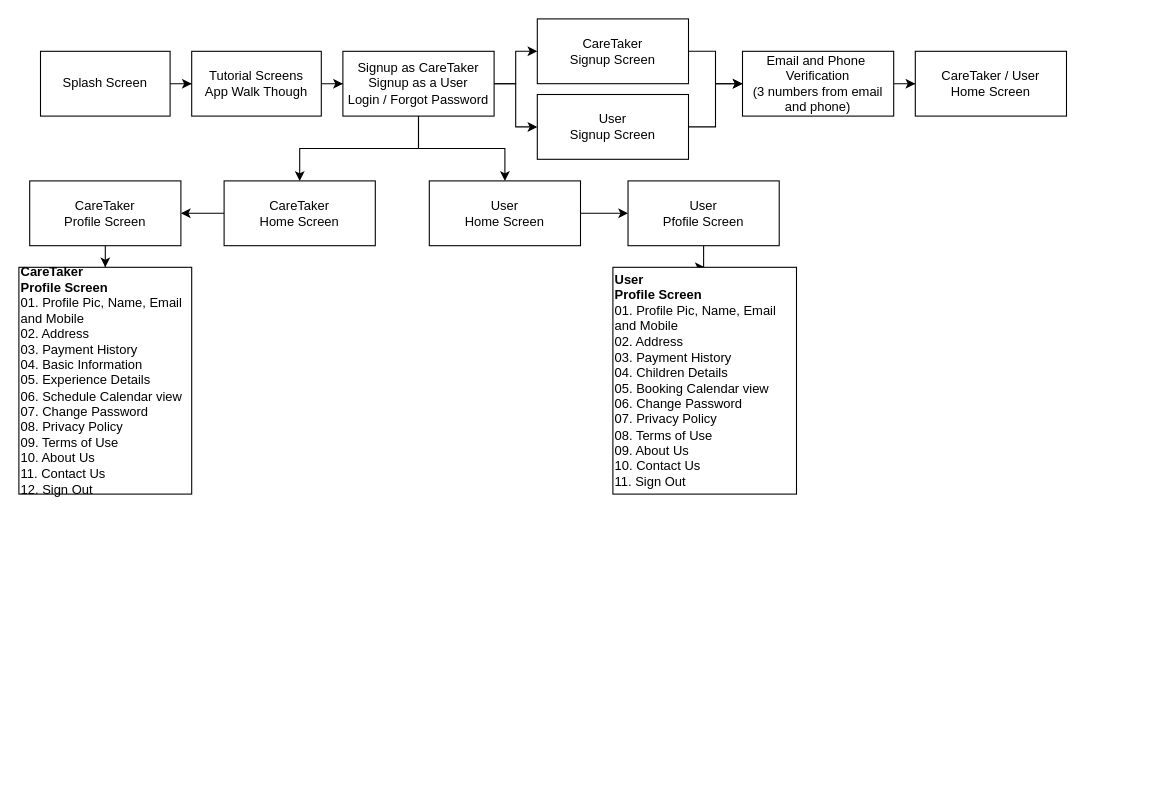
Earlier version of the draw.io diagram Untitled Diagram.drawio (ghousesgb/Album). Source tidied: cells renumbered, new cells numbered last; positions are measured from the earlier drawing's top-left corner, leaving out a move shared by most shapes. Both pictures are drawn from the tidied source at 108%, with x=0, y=0 at pixel (18, 18).
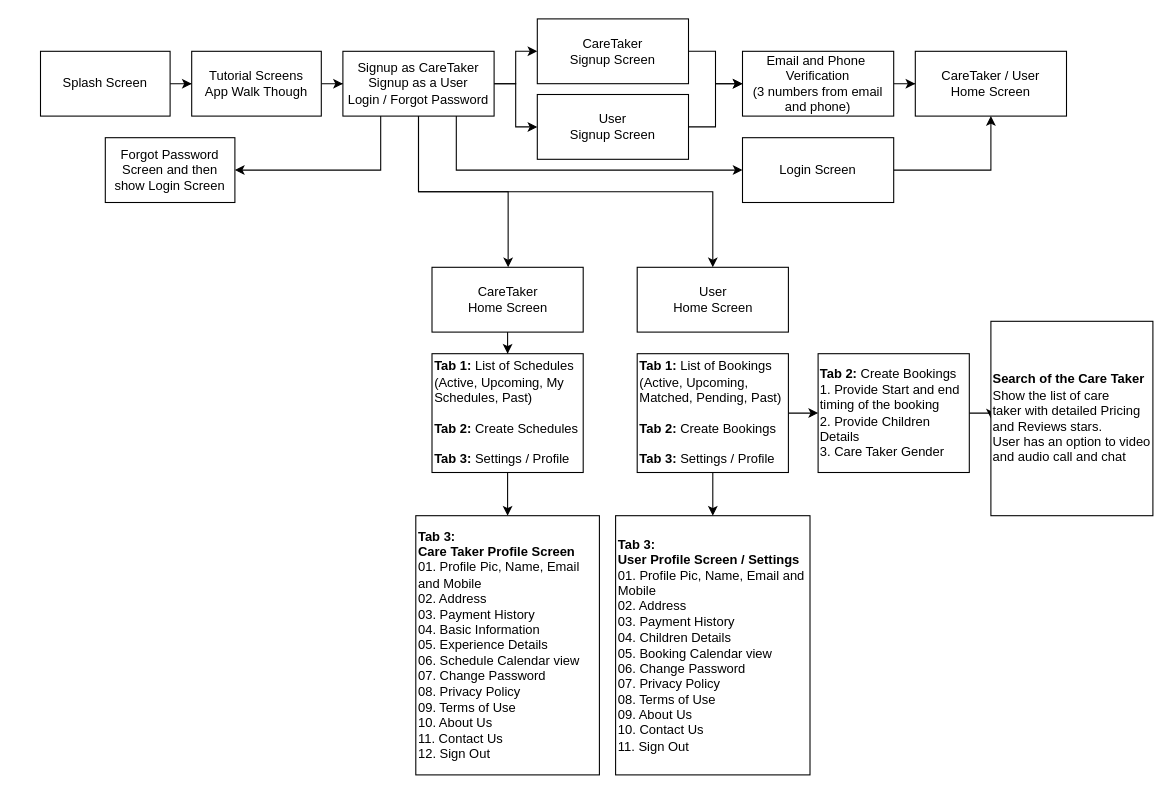
Above is the later version.

Unchanged cells that the change refers to:
```xml
<mxCell id="10" value="Signup as CareTaker&lt;br&gt;Signup as a User&lt;br&gt;Login / Forgot Password" style="rounded=0;whiteSpace=wrap;html=1;" parent="1" vertex="1">
  <mxGeometry x="300" y="30" width="140" height="60" as="geometry" />
</mxCell>
<mxCell id="20" value="&lt;span&gt;CareTaker / User&lt;br&gt;Home Screen&lt;br&gt;&lt;/span&gt;" style="rounded=0;whiteSpace=wrap;html=1;" parent="1" vertex="1">
  <mxGeometry x="830" y="30" width="140" height="60" as="geometry" />
</mxCell>
```

Change to the diagram source:
```diff
@@
     <mxCell id="8" style="edgeStyle=orthogonalEdgeStyle;rounded=0;jettySize=auto;html=1;" parent="1" edge="1" source="10" target="12">
-      <mxGeometry relative="1" as="geometry" />
+      <mxGeometry relative="1" as="geometry">
+        <Array as="points">
+          <mxPoint x="370" y="160" />
+          <mxPoint x="453" y="160" />
+        </Array>
+      </mxGeometry>
     </mxCell>
+    <mxCell id="28" style="edgeStyle=orthogonalEdgeStyle;rounded=0;jettySize=auto;html=1;exitX=0.75;exitY=1;exitDx=0;exitDy=0;entryX=0;entryY=0.5;entryDx=0;entryDy=0;" parent="1" edge="1" source="10" target="40">
+      <mxGeometry relative="1" as="geometry" />
+    </mxCell>
+    <mxCell id="29" style="edgeStyle=orthogonalEdgeStyle;rounded=0;jettySize=auto;html=1;exitX=0.25;exitY=1;exitDx=0;exitDy=0;entryX=1;entryY=0.5;entryDx=0;entryDy=0;" parent="1" edge="1" source="10" target="41">
+      <mxGeometry relative="1" as="geometry" />
+    </mxCell>
-    <mxCell id="9" style="edgeStyle=orthogonalEdgeStyle;rounded=0;jettySize=auto;html=1;" parent="1" edge="1" source="10" target="24">
+    <mxCell id="9" style="edgeStyle=orthogonalEdgeStyle;rounded=0;jettySize=auto;html=1;exitX=0.5;exitY=1;exitDx=0;exitDy=0;" parent="1" edge="1" source="10" target="24">
       <mxGeometry relative="1" as="geometry" />
     </mxCell>
@@
-    <mxCell id="11" style="edgeStyle=orthogonalEdgeStyle;rounded=0;jettySize=auto;html=1;" parent="1" edge="1" source="12" target="14">
-      <mxGeometry relative="1" as="geometry" />
-    </mxCell>
+    <mxCell id="30" style="edgeStyle=orthogonalEdgeStyle;rounded=0;jettySize=auto;html=1;" parent="1" edge="1" source="12" target="32">
+      <mxGeometry relative="1" as="geometry" />
+    </mxCell>
     <mxCell id="12" value="&lt;span&gt;CareTaker&lt;br&gt;Home Screen&lt;/span&gt;" style="rounded=0;whiteSpace=wrap;html=1;" parent="1" vertex="1">
-      <mxGeometry x="190" y="150" width="140" height="60" as="geometry" />
+      <mxGeometry x="382.5" y="230" width="140" height="60" as="geometry" />
     </mxCell>
-    <mxCell id="13" style="edgeStyle=orthogonalEdgeStyle;rounded=0;jettySize=auto;html=1;" parent="1" edge="1" source="14" target="15">
-      <mxGeometry relative="1" as="geometry" />
-    </mxCell>
-    <mxCell id="14" value="&lt;span&gt;CareTaker&lt;br&gt;Profile Screen&lt;/span&gt;" style="rounded=0;whiteSpace=wrap;html=1;" parent="1" vertex="1">
-      <mxGeometry x="10" y="150" width="140" height="60" as="geometry" />
-    </mxCell>
+    <mxCell id="31" style="edgeStyle=orthogonalEdgeStyle;rounded=0;jettySize=auto;html=1;exitX=0.5;exitY=1;exitDx=0;exitDy=0;entryX=0.5;entryY=0;entryDx=0;entryDy=0;" parent="1" edge="1" source="32" target="15">
+      <mxGeometry relative="1" as="geometry" />
+    </mxCell>
+    <mxCell id="32" value="&lt;b&gt;Tab 1:&lt;/b&gt; List of Schedules&lt;br&gt;(Active, Upcoming, My Schedules, Past)&lt;br&gt;&lt;br&gt;&lt;b&gt;Tab 2: &lt;/b&gt;Create Schedules&lt;br&gt;&lt;br&gt;&lt;b&gt;Tab 3: &lt;/b&gt;Settings / Profile" style="rounded=0;whiteSpace=wrap;html=1;align=left;" parent="1" vertex="1">
+      <mxGeometry x="382.5" y="310" width="140" height="110" as="geometry" />
+    </mxCell>
-    <mxCell id="15" value="&lt;span&gt;&lt;b&gt;CareTaker&lt;br&gt;Profile Screen&lt;/b&gt;&lt;br&gt;01. Profile Pic, Name, Email and Mobile&lt;br&gt;02. Address&lt;br&gt;03. Payment History&lt;br&gt;04. Basic Information&lt;br&gt;05. Experience Details&lt;br&gt;&lt;/span&gt;&lt;span&gt;06. Schedule Calendar view&lt;/span&gt;&lt;br&gt;&lt;span&gt;07. Change Password&lt;/span&gt;&lt;br&gt;&lt;span&gt;08. Privacy Policy&lt;/span&gt;&lt;br&gt;&lt;span&gt;09. Terms of Use&lt;/span&gt;&lt;br&gt;&lt;span&gt;10. About Us&lt;/span&gt;&lt;br&gt;&lt;span&gt;11. Contact Us&lt;/span&gt;&lt;br&gt;&lt;span&gt;12. Sign Out&lt;/span&gt;&lt;span&gt;&lt;br&gt;&lt;/span&gt;" style="rounded=0;whiteSpace=wrap;html=1;align=left;" parent="1" vertex="1">
-      <mxGeometry y="230" width="160" height="210" as="geometry" />
+    <mxCell id="15" value="&lt;span&gt;&lt;b&gt;Tab 3: &lt;br&gt;Care Taker Profile Screen&lt;/b&gt;&lt;br&gt;01. Profile Pic, Name, Email and Mobile&lt;br&gt;02. Address&lt;br&gt;03. Payment History&lt;br&gt;04. Basic Information&lt;br&gt;05. Experience Details&lt;br&gt;&lt;/span&gt;&lt;span&gt;06. Schedule Calendar view&lt;/span&gt;&lt;br&gt;&lt;span&gt;07. Change Password&lt;/span&gt;&lt;br&gt;&lt;span&gt;08. Privacy Policy&lt;/span&gt;&lt;br&gt;&lt;span&gt;09. Terms of Use&lt;/span&gt;&lt;br&gt;&lt;span&gt;10. About Us&lt;/span&gt;&lt;br&gt;&lt;span&gt;11. Contact Us&lt;/span&gt;&lt;br&gt;&lt;span&gt;12. Sign Out&lt;/span&gt;&lt;span&gt;&lt;br&gt;&lt;/span&gt;" style="rounded=0;whiteSpace=wrap;html=1;align=left;" parent="1" vertex="1">
+      <mxGeometry x="367.5" y="460" width="170" height="240" as="geometry" />
     </mxCell>
@@
-    <mxCell id="23" style="edgeStyle=orthogonalEdgeStyle;rounded=0;jettySize=auto;html=1;" parent="1" edge="1" source="24" target="26">
-      <mxGeometry relative="1" as="geometry" />
-    </mxCell>
     <mxCell id="24" value="&lt;span&gt;User&lt;br&gt;Home Screen&lt;/span&gt;" style="rounded=0;whiteSpace=wrap;html=1;" parent="1" vertex="1">
-      <mxGeometry x="380" y="150" width="140" height="60" as="geometry" />
+      <mxGeometry x="572.5" y="230" width="140" height="60" as="geometry" />
     </mxCell>
-    <mxCell id="25" style="edgeStyle=orthogonalEdgeStyle;rounded=0;jettySize=auto;html=1;" parent="1" edge="1" source="26" target="27">
-      <mxGeometry relative="1" as="geometry" />
-    </mxCell>
-    <mxCell id="26" value="&lt;span&gt;User&lt;br&gt;Pfofile Screen&lt;/span&gt;" style="rounded=0;whiteSpace=wrap;html=1;" parent="1" vertex="1">
-      <mxGeometry x="564" y="150" width="140" height="60" as="geometry" />
-    </mxCell>
-    <mxCell id="27" value="&lt;span&gt;&lt;b&gt;User&lt;/b&gt;&lt;br&gt;&lt;b&gt;Profile Screen&lt;/b&gt;&lt;br&gt;01. Profile Pic, Name, Email and Mobile&lt;br&gt;02. Address&lt;br&gt;03. Payment History&lt;br&gt;04. Children Details&lt;br&gt;05. Booking Calendar view&lt;br&gt;06. Change Password&lt;br&gt;07. Privacy Policy&lt;br&gt;08. Terms of Use&lt;br&gt;09. About Us&lt;br&gt;10. Contact Us&lt;br&gt;11. Sign Out&lt;br&gt;&lt;/span&gt;" style="rounded=0;whiteSpace=wrap;html=1;align=left;" parent="1" vertex="1">
-      <mxGeometry x="550" y="230" width="170" height="210" as="geometry" />
+    <mxCell id="27" value="&lt;span&gt;&lt;b&gt;Tab 3:&lt;br&gt;User&amp;nbsp;&lt;/b&gt;&lt;b&gt;Profile Screen / Settings&lt;/b&gt;&lt;br&gt;01. Profile Pic, Name, Email and Mobile&lt;br&gt;02. Address&lt;br&gt;03. Payment History&lt;br&gt;04. Children Details&lt;br&gt;05. Booking Calendar view&lt;br&gt;06. Change Password&lt;br&gt;07. Privacy Policy&lt;br&gt;08. Terms of Use&lt;br&gt;09. About Us&lt;br&gt;10. Contact Us&lt;br&gt;11. Sign Out&lt;br&gt;&lt;/span&gt;" style="rounded=0;whiteSpace=wrap;html=1;align=left;" parent="1" vertex="1">
+      <mxGeometry x="552.5" y="460" width="180" height="240" as="geometry" />
     </mxCell>
+    <mxCell id="33" style="edgeStyle=orthogonalEdgeStyle;rounded=0;jettySize=auto;html=1;exitX=0.5;exitY=1;exitDx=0;exitDy=0;entryX=0.5;entryY=0;entryDx=0;entryDy=0;" parent="1" edge="1" source="35" target="27">
+      <mxGeometry relative="1" as="geometry" />
+    </mxCell>
+    <mxCell id="34" style="edgeStyle=orthogonalEdgeStyle;rounded=0;jettySize=auto;html=1;" parent="1" edge="1" source="35" target="37">
+      <mxGeometry relative="1" as="geometry" />
+    </mxCell>
+    <mxCell id="35" value="&lt;b&gt;Tab 1:&lt;/b&gt; List of Bookings&lt;br&gt;(Active, Upcoming, Matched, Pending, Past)&lt;br&gt;&lt;br&gt;&lt;b&gt;Tab 2: &lt;/b&gt;Create Bookings&lt;br&gt;&lt;br&gt;&lt;b&gt;Tab 3: &lt;/b&gt;Settings / Profile" style="rounded=0;whiteSpace=wrap;html=1;align=left;" parent="1" vertex="1">
+      <mxGeometry x="572.5" y="310" width="140" height="110" as="geometry" />
+    </mxCell>
+    <mxCell id="36" style="edgeStyle=orthogonalEdgeStyle;rounded=0;jettySize=auto;html=1;" parent="1" edge="1" source="37" target="38">
+      <mxGeometry relative="1" as="geometry" />
+    </mxCell>
+    <mxCell id="37" value="&lt;b&gt;Tab 2: &lt;/b&gt;Create Bookings&lt;br&gt;1. Provide Start and end timing of the booking&lt;br&gt;2. Provide Children Details&lt;br&gt;3. Care Taker Gender" style="rounded=0;whiteSpace=wrap;html=1;align=left;" parent="1" vertex="1">
+      <mxGeometry x="740" y="310" width="140" height="110" as="geometry" />
+    </mxCell>
+    <mxCell id="38" value="&lt;b&gt;Search of the Care Taker&lt;/b&gt;&lt;br&gt;Show the list of care taker&amp;nbsp;with detailed Pricing and Reviews stars.&lt;br&gt;User has an option to video and audio call and chat" style="rounded=0;whiteSpace=wrap;html=1;align=left;" parent="1" vertex="1">
+      <mxGeometry x="900" y="280" width="150" height="180" as="geometry" />
+    </mxCell>
+    <mxCell id="39" style="edgeStyle=orthogonalEdgeStyle;rounded=0;jettySize=auto;html=1;exitX=1;exitY=0.5;exitDx=0;exitDy=0;entryX=0.5;entryY=1;entryDx=0;entryDy=0;" parent="1" edge="1" source="40" target="20">
+      <mxGeometry relative="1" as="geometry" />
+    </mxCell>
+    <mxCell id="40" value="&lt;span&gt;Login Screen&lt;br&gt;&lt;/span&gt;" style="rounded=0;whiteSpace=wrap;html=1;" parent="1" vertex="1">
+      <mxGeometry x="670" y="110" width="140" height="60" as="geometry" />
+    </mxCell>
+    <mxCell id="41" value="Forgot Password Screen and then show Login Screen" style="rounded=0;whiteSpace=wrap;html=1;" parent="1" vertex="1">
+      <mxGeometry x="80" y="110" width="120" height="60" as="geometry" />
+    </mxCell>
```
